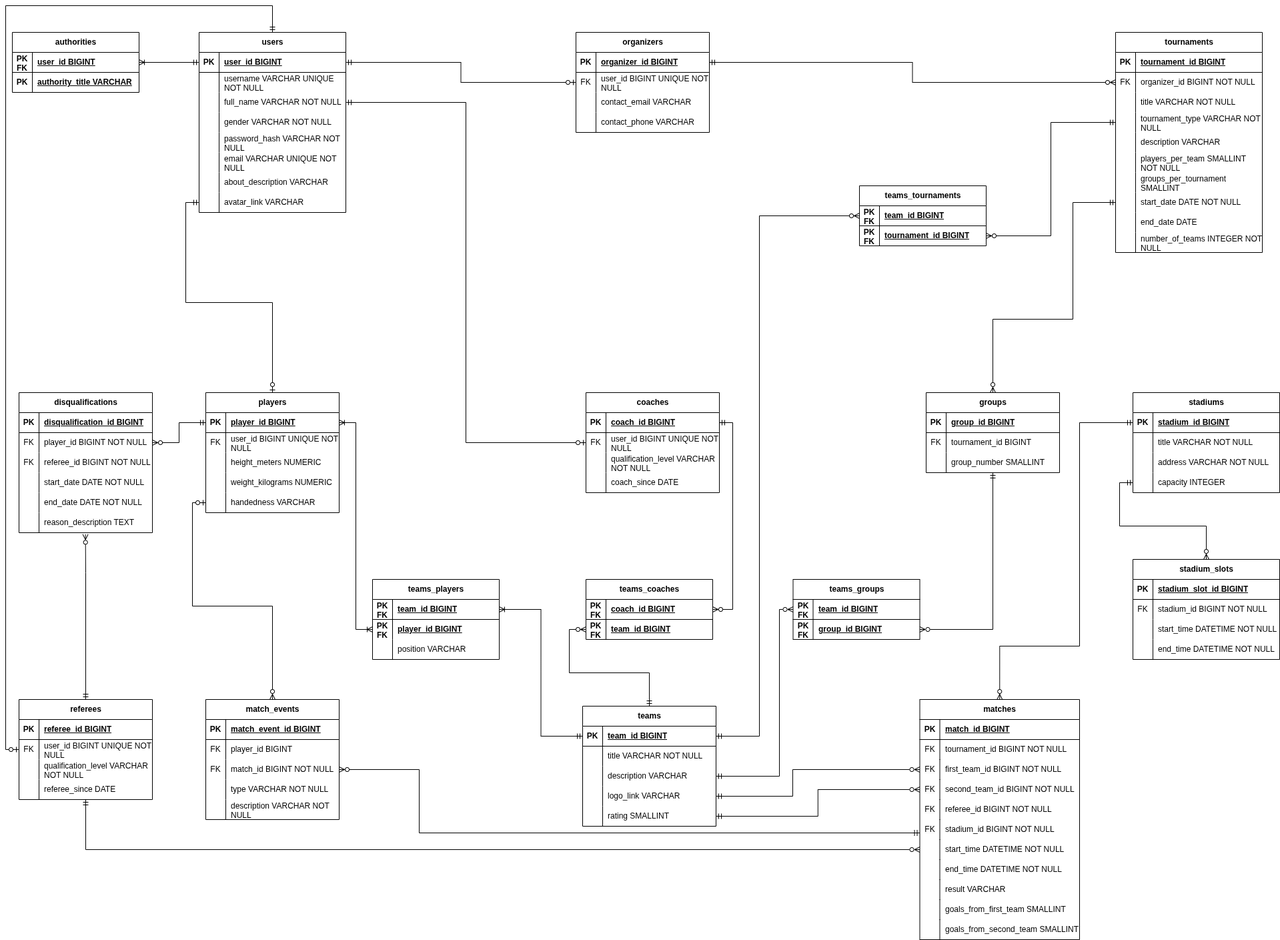
vodobryshkin/is-course-work-0 keeps this draw.io diagram as presentation/logical-model.png. Above is the earlier version. Source tidied: cells renumbered, new cells last; positions are measured from the earlier drawing's top-left corner, leaving out a move shared by most shapes.
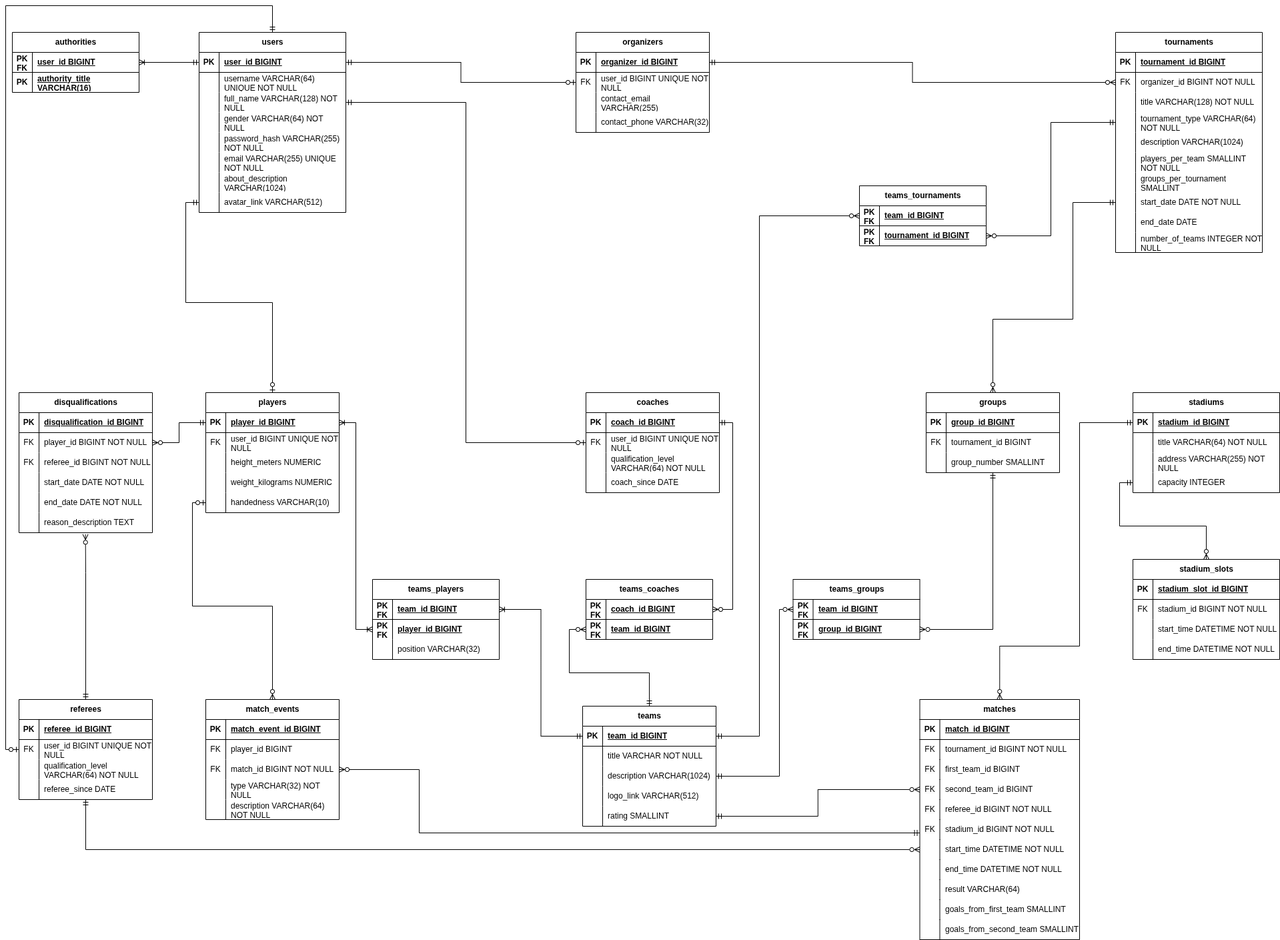
The same file after the commit.

Commit message:
Проинициализировал директорию с экспериментом для подбора индексов

Change to the diagram source:
```diff
@@ -22,3 +22,3 @@
     </mxCell>
-    <mxCell id="8" value="&lt;b&gt;&lt;u&gt;authority_title VARCHAR&lt;/u&gt;&lt;/b&gt;" style="shape=partialRectangle;fillColor=none;top=0;left=0;bottom=0;right=0;align=left;spacingLeft=6;overflow=hidden;whiteSpace=wrap;html=1;" parent="6" vertex="1">
+    <mxCell id="8" value="&lt;b&gt;&lt;u&gt;authority_title VARCHAR(16)&lt;/u&gt;&lt;/b&gt;" style="shape=partialRectangle;fillColor=none;top=0;left=0;bottom=0;right=0;align=left;spacingLeft=6;overflow=hidden;whiteSpace=wrap;html=1;" parent="6" vertex="1">
       <mxGeometry x="30" width="160" height="30" as="geometry" />
@@ -52,3 +52,3 @@
     </mxCell>
-    <mxCell id="16" value="username VARCHAR UNIQUE NOT NULL" style="shape=partialRectangle;fillColor=none;top=0;left=0;bottom=0;right=0;align=left;spacingLeft=6;overflow=hidden;whiteSpace=wrap;html=1;" parent="14" vertex="1">
+    <mxCell id="16" value="username VARCHAR(64) UNIQUE NOT NULL" style="shape=partialRectangle;fillColor=none;top=0;left=0;bottom=0;right=0;align=left;spacingLeft=6;overflow=hidden;whiteSpace=wrap;html=1;" parent="14" vertex="1">
       <mxGeometry x="30" width="190" height="30" as="geometry" />
@@ -61,3 +61,3 @@
     </mxCell>
-    <mxCell id="19" value="full_name VARCHAR NOT NULL" style="shape=partialRectangle;fillColor=none;top=0;left=0;bottom=0;right=0;align=left;spacingLeft=6;overflow=hidden;whiteSpace=wrap;html=1;" parent="17" vertex="1">
+    <mxCell id="19" value="full_name VARCHAR(128) NOT NULL" style="shape=partialRectangle;fillColor=none;top=0;left=0;bottom=0;right=0;align=left;spacingLeft=6;overflow=hidden;whiteSpace=wrap;html=1;" parent="17" vertex="1">
       <mxGeometry x="30" width="190" height="30" as="geometry" />
@@ -70,3 +70,3 @@
     </mxCell>
-    <mxCell id="22" value="gender VARCHAR NOT NULL" style="shape=partialRectangle;fillColor=none;top=0;left=0;bottom=0;right=0;align=left;spacingLeft=6;overflow=hidden;whiteSpace=wrap;html=1;" parent="20" vertex="1">
+    <mxCell id="22" value="gender VARCHAR(64) NOT NULL" style="shape=partialRectangle;fillColor=none;top=0;left=0;bottom=0;right=0;align=left;spacingLeft=6;overflow=hidden;whiteSpace=wrap;html=1;" parent="20" vertex="1">
       <mxGeometry x="30" width="190" height="30" as="geometry" />
@@ -79,3 +79,3 @@
     </mxCell>
-    <mxCell id="25" value="password_hash VARCHAR NOT NULL" style="shape=partialRectangle;fillColor=none;top=0;left=0;bottom=0;right=0;align=left;spacingLeft=6;overflow=hidden;whiteSpace=wrap;html=1;" parent="23" vertex="1">
+    <mxCell id="25" value="password_hash VARCHAR(255) NOT NULL" style="shape=partialRectangle;fillColor=none;top=0;left=0;bottom=0;right=0;align=left;spacingLeft=6;overflow=hidden;whiteSpace=wrap;html=1;" parent="23" vertex="1">
       <mxGeometry x="30" width="190" height="30" as="geometry" />
@@ -88,3 +88,3 @@
     </mxCell>
-    <mxCell id="28" value="email VARCHAR UNIQUE NOT NULL" style="shape=partialRectangle;fillColor=none;top=0;left=0;bottom=0;right=0;align=left;spacingLeft=6;overflow=hidden;whiteSpace=wrap;html=1;" parent="26" vertex="1">
+    <mxCell id="28" value="email VARCHAR(255) UNIQUE NOT NULL" style="shape=partialRectangle;fillColor=none;top=0;left=0;bottom=0;right=0;align=left;spacingLeft=6;overflow=hidden;whiteSpace=wrap;html=1;" parent="26" vertex="1">
       <mxGeometry x="30" width="190" height="30" as="geometry" />
@@ -97,3 +97,3 @@
     </mxCell>
-    <mxCell id="31" value="about_description VARCHAR" style="shape=partialRectangle;fillColor=none;top=0;left=0;bottom=0;right=0;align=left;spacingLeft=6;overflow=hidden;whiteSpace=wrap;html=1;" parent="29" vertex="1">
+    <mxCell id="31" value="about_description VARCHAR(1024)" style="shape=partialRectangle;fillColor=none;top=0;left=0;bottom=0;right=0;align=left;spacingLeft=6;overflow=hidden;whiteSpace=wrap;html=1;" parent="29" vertex="1">
       <mxGeometry x="30" width="190" height="30" as="geometry" />
@@ -106,3 +106,3 @@
     </mxCell>
-    <mxCell id="34" value="avatar_link VARCHAR" style="shape=partialRectangle;fillColor=none;top=0;left=0;bottom=0;right=0;align=left;spacingLeft=6;overflow=hidden;whiteSpace=wrap;html=1;" parent="32" vertex="1">
+    <mxCell id="34" value="avatar_link VARCHAR(512)" style="shape=partialRectangle;fillColor=none;top=0;left=0;bottom=0;right=0;align=left;spacingLeft=6;overflow=hidden;whiteSpace=wrap;html=1;" parent="32" vertex="1">
       <mxGeometry x="30" width="190" height="30" as="geometry" />
@@ -154,3 +154,3 @@
     </mxCell>
-    <mxCell id="50" value="handedness VARCHAR" style="shape=partialRectangle;fillColor=none;top=0;left=0;bottom=0;right=0;align=left;spacingLeft=6;overflow=hidden;whiteSpace=wrap;html=1;" parent="48" vertex="1">
+    <mxCell id="50" value="handedness VARCHAR(10)" style="shape=partialRectangle;fillColor=none;top=0;left=0;bottom=0;right=0;align=left;spacingLeft=6;overflow=hidden;whiteSpace=wrap;html=1;" parent="48" vertex="1">
       <mxGeometry x="30" width="170" height="30" as="geometry" />
@@ -241,3 +241,3 @@
     </mxCell>
-    <mxCell id="79" value="qualification_level VARCHAR NOT NULL" style="shape=partialRectangle;fillColor=none;top=0;left=0;bottom=0;right=0;align=left;spacingLeft=6;overflow=hidden;whiteSpace=wrap;html=1;" parent="77" vertex="1">
+    <mxCell id="79" value="qualification_level VARCHAR(64) NOT NULL" style="shape=partialRectangle;fillColor=none;top=0;left=0;bottom=0;right=0;align=left;spacingLeft=6;overflow=hidden;whiteSpace=wrap;html=1;" parent="77" vertex="1">
       <mxGeometry x="30" width="170" height="30" as="geometry" />
@@ -292,3 +292,3 @@
     </mxCell>
-    <mxCell id="96" value="type VARCHAR NOT NULL" style="shape=partialRectangle;fillColor=none;top=0;left=0;bottom=0;right=0;align=left;spacingLeft=6;overflow=hidden;whiteSpace=wrap;html=1;" parent="94" vertex="1">
+    <mxCell id="96" value="type VARCHAR(32) NOT NULL" style="shape=partialRectangle;fillColor=none;top=0;left=0;bottom=0;right=0;align=left;spacingLeft=6;overflow=hidden;whiteSpace=wrap;html=1;" parent="94" vertex="1">
       <mxGeometry x="30" width="170" height="30" as="geometry" />
@@ -301,3 +301,3 @@
     </mxCell>
-    <mxCell id="99" value="description VARCHAR NOT NULL" style="shape=partialRectangle;fillColor=none;top=0;left=0;bottom=0;right=0;align=left;spacingLeft=6;overflow=hidden;whiteSpace=wrap;html=1;" parent="97" vertex="1">
+    <mxCell id="99" value="description VARCHAR(64) NOT NULL" style="shape=partialRectangle;fillColor=none;top=0;left=0;bottom=0;right=0;align=left;spacingLeft=6;overflow=hidden;whiteSpace=wrap;html=1;" parent="97" vertex="1">
       <mxGeometry x="30" width="170" height="30" as="geometry" />
@@ -331,3 +331,3 @@
     </mxCell>
-    <mxCell id="109" value="contact_email VARCHAR" style="shape=partialRectangle;fillColor=none;top=0;left=0;bottom=0;right=0;align=left;spacingLeft=6;overflow=hidden;whiteSpace=wrap;html=1;" parent="107" vertex="1">
+    <mxCell id="109" value="contact_email VARCHAR(255)" style="shape=partialRectangle;fillColor=none;top=0;left=0;bottom=0;right=0;align=left;spacingLeft=6;overflow=hidden;whiteSpace=wrap;html=1;" parent="107" vertex="1">
       <mxGeometry x="30" width="170" height="30" as="geometry" />
@@ -340,3 +340,3 @@
     </mxCell>
-    <mxCell id="112" value="contact_phone VARCHAR" style="shape=partialRectangle;fillColor=none;top=0;left=0;bottom=0;right=0;align=left;spacingLeft=6;overflow=hidden;whiteSpace=wrap;html=1;" parent="110" vertex="1">
+    <mxCell id="112" value="contact_phone VARCHAR(32)" style="shape=partialRectangle;fillColor=none;top=0;left=0;bottom=0;right=0;align=left;spacingLeft=6;overflow=hidden;whiteSpace=wrap;html=1;" parent="110" vertex="1">
       <mxGeometry x="30" width="170" height="30" as="geometry" />
@@ -370,3 +370,3 @@
     </mxCell>
-    <mxCell id="122" value="qualification_level VARCHAR NOT NULL" style="shape=partialRectangle;fillColor=none;top=0;left=0;bottom=0;right=0;align=left;spacingLeft=6;overflow=hidden;whiteSpace=wrap;html=1;" parent="120" vertex="1">
+    <mxCell id="122" value="qualification_level VARCHAR(64) NOT NULL" style="shape=partialRectangle;fillColor=none;top=0;left=0;bottom=0;right=0;align=left;spacingLeft=6;overflow=hidden;whiteSpace=wrap;html=1;" parent="120" vertex="1">
       <mxGeometry x="30" width="170" height="30" as="geometry" />
@@ -430,3 +430,3 @@
     </mxCell>
-    <mxCell id="142" value="position VARCHAR" style="shape=partialRectangle;fillColor=none;top=0;left=0;bottom=0;right=0;align=left;spacingLeft=6;overflow=hidden;whiteSpace=wrap;html=1;" parent="140" vertex="1">
+    <mxCell id="142" value="position VARCHAR(32)" style="shape=partialRectangle;fillColor=none;top=0;left=0;bottom=0;right=0;align=left;spacingLeft=6;overflow=hidden;whiteSpace=wrap;html=1;" parent="140" vertex="1">
       <mxGeometry x="30" width="160" height="30" as="geometry" />
@@ -463,3 +463,3 @@
     </mxCell>
-    <mxCell id="153" value="description VARCHAR" style="shape=partialRectangle;fillColor=none;top=0;left=0;bottom=0;right=0;align=left;spacingLeft=6;overflow=hidden;whiteSpace=wrap;html=1;" parent="151" vertex="1">
+    <mxCell id="153" value="description VARCHAR(1024)" style="shape=partialRectangle;fillColor=none;top=0;left=0;bottom=0;right=0;align=left;spacingLeft=6;overflow=hidden;whiteSpace=wrap;html=1;" parent="151" vertex="1">
       <mxGeometry x="30" width="170" height="30" as="geometry" />
@@ -472,3 +472,3 @@
     </mxCell>
-    <mxCell id="156" value="logo_link VARCHAR" style="shape=partialRectangle;fillColor=none;top=0;left=0;bottom=0;right=0;align=left;spacingLeft=6;overflow=hidden;whiteSpace=wrap;html=1;" parent="154" vertex="1">
+    <mxCell id="156" value="logo_link VARCHAR(512)" style="shape=partialRectangle;fillColor=none;top=0;left=0;bottom=0;right=0;align=left;spacingLeft=6;overflow=hidden;whiteSpace=wrap;html=1;" parent="154" vertex="1">
       <mxGeometry x="30" width="170" height="30" as="geometry" />
@@ -604,3 +604,3 @@
     </mxCell>
-    <mxCell id="196" value="first_team_id BIGINT NOT NULL" style="shape=partialRectangle;fillColor=none;top=0;left=0;bottom=0;right=0;align=left;spacingLeft=6;overflow=hidden;whiteSpace=wrap;html=1;" parent="194" vertex="1">
+    <mxCell id="196" value="first_team_id BIGINT" style="shape=partialRectangle;fillColor=none;top=0;left=0;bottom=0;right=0;align=left;spacingLeft=6;overflow=hidden;whiteSpace=wrap;html=1;" parent="194" vertex="1">
       <mxGeometry x="30" width="209.5" height="30" as="geometry" />
@@ -613,3 +613,3 @@
     </mxCell>
-    <mxCell id="199" value="second_team_id BIGINT NOT NULL" style="shape=partialRectangle;fillColor=none;top=0;left=0;bottom=0;right=0;align=left;spacingLeft=6;overflow=hidden;whiteSpace=wrap;html=1;" parent="197" vertex="1">
+    <mxCell id="199" value="second_team_id BIGINT" style="shape=partialRectangle;fillColor=none;top=0;left=0;bottom=0;right=0;align=left;spacingLeft=6;overflow=hidden;whiteSpace=wrap;html=1;" parent="197" vertex="1">
       <mxGeometry x="30" width="209.5" height="30" as="geometry" />
@@ -658,3 +658,3 @@
     </mxCell>
-    <mxCell id="214" value="result VARCHAR" style="shape=partialRectangle;fillColor=none;top=0;left=0;bottom=0;right=0;align=left;spacingLeft=6;overflow=hidden;whiteSpace=wrap;html=1;" parent="212" vertex="1">
+    <mxCell id="214" value="result VARCHAR(64)" style="shape=partialRectangle;fillColor=none;top=0;left=0;bottom=0;right=0;align=left;spacingLeft=6;overflow=hidden;whiteSpace=wrap;html=1;" parent="212" vertex="1">
       <mxGeometry x="30" width="209.5" height="30" as="geometry" />
@@ -697,3 +697,3 @@
     </mxCell>
-    <mxCell id="227" value="title VARCHAR NOT NULL" style="shape=partialRectangle;fillColor=none;top=0;left=0;bottom=0;right=0;align=left;spacingLeft=6;overflow=hidden;whiteSpace=wrap;html=1;" parent="225" vertex="1">
+    <mxCell id="227" value="title VARCHAR(64) NOT NULL" style="shape=partialRectangle;fillColor=none;top=0;left=0;bottom=0;right=0;align=left;spacingLeft=6;overflow=hidden;whiteSpace=wrap;html=1;" parent="225" vertex="1">
       <mxGeometry x="30" width="190" height="30" as="geometry" />
@@ -706,3 +706,3 @@
     </mxCell>
-    <mxCell id="230" value="address VARCHAR NOT NULL" style="shape=partialRectangle;fillColor=none;top=0;left=0;bottom=0;right=0;align=left;spacingLeft=6;overflow=hidden;whiteSpace=wrap;html=1;" parent="228" vertex="1">
+    <mxCell id="230" value="address VARCHAR(255) NOT NULL" style="shape=partialRectangle;fillColor=none;top=0;left=0;bottom=0;right=0;align=left;spacingLeft=6;overflow=hidden;whiteSpace=wrap;html=1;" parent="228" vertex="1">
       <mxGeometry x="30" width="190" height="30" as="geometry" />
@@ -745,3 +745,3 @@
     </mxCell>
-    <mxCell id="243" value="title VARCHAR NOT NULL" style="shape=partialRectangle;fillColor=none;top=0;left=0;bottom=0;right=0;align=left;spacingLeft=6;overflow=hidden;whiteSpace=wrap;html=1;" parent="241" vertex="1">
+    <mxCell id="243" value="title VARCHAR(128) NOT NULL" style="shape=partialRectangle;fillColor=none;top=0;left=0;bottom=0;right=0;align=left;spacingLeft=6;overflow=hidden;whiteSpace=wrap;html=1;" parent="241" vertex="1">
       <mxGeometry x="30" width="190" height="30" as="geometry" />
@@ -754,3 +754,3 @@
     </mxCell>
-    <mxCell id="246" value="tournament_type VARCHAR NOT NULL" style="shape=partialRectangle;fillColor=none;top=0;left=0;bottom=0;right=0;align=left;spacingLeft=6;overflow=hidden;whiteSpace=wrap;html=1;" parent="244" vertex="1">
+    <mxCell id="246" value="tournament_type VARCHAR(64) NOT NULL" style="shape=partialRectangle;fillColor=none;top=0;left=0;bottom=0;right=0;align=left;spacingLeft=6;overflow=hidden;whiteSpace=wrap;html=1;" parent="244" vertex="1">
       <mxGeometry x="30" width="190" height="30" as="geometry" />
@@ -763,3 +763,3 @@
     </mxCell>
-    <mxCell id="249" value="description VARCHAR" style="shape=partialRectangle;fillColor=none;top=0;left=0;bottom=0;right=0;align=left;spacingLeft=6;overflow=hidden;whiteSpace=wrap;html=1;" parent="247" vertex="1">
+    <mxCell id="249" value="description VARCHAR(1024)" style="shape=partialRectangle;fillColor=none;top=0;left=0;bottom=0;right=0;align=left;spacingLeft=6;overflow=hidden;whiteSpace=wrap;html=1;" parent="247" vertex="1">
       <mxGeometry x="30" width="190" height="30" as="geometry" />
@@ -922,10 +922,2 @@
     </mxCell>
-    <mxCell id="294" style="edgeStyle=orthogonalEdgeStyle;rounded=0;jettySize=auto;html=1;entryX=0;entryY=0.5;entryDx=0;entryDy=0;startArrow=ERmandOne;startFill=0;endArrow=ERzeroToMany;endFill=0;" parent="1" edge="1" source="154" target="194">
-      <mxGeometry relative="1" as="geometry">
-        <Array as="points">
-          <mxPoint x="1180" y="1185" />
-          <mxPoint x="1180" y="1145" />
-        </Array>
-      </mxGeometry>
-    </mxCell>
     <mxCell id="295" style="edgeStyle=orthogonalEdgeStyle;rounded=0;jettySize=auto;html=1;entryX=0;entryY=0.5;entryDx=0;entryDy=0;endArrow=ERzeroToMany;endFill=0;startArrow=ERmandOne;startFill=0;" parent="1" edge="1" source="157" target="197">
```
